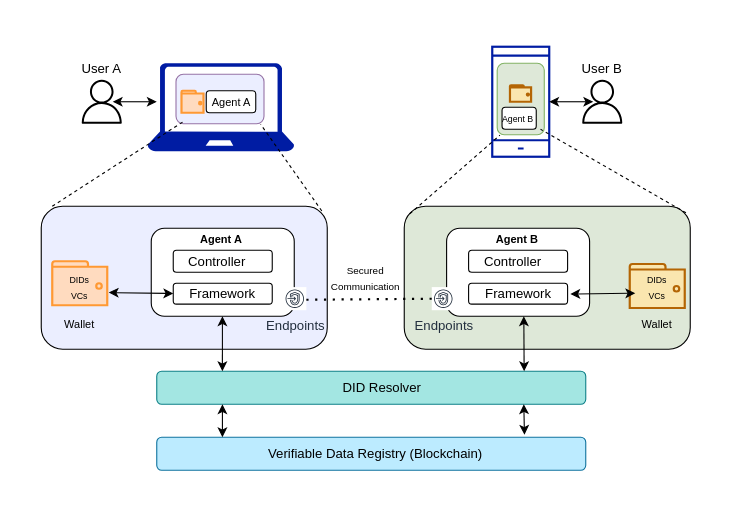
Above: page "Page-2" (2 of 6) of files/Untitled Diagram.drawio in Arif-Shahriar028/draw.io (draw.io), before the change. Source tidied: cells renumbered, new cells numbered last; positions are measured from the earlier drawing's top-left corner, leaving out a move shared by most shapes. Both pictures are drawn from the tidied source at 110%, with x=0, y=0 at pixel (19, 19).
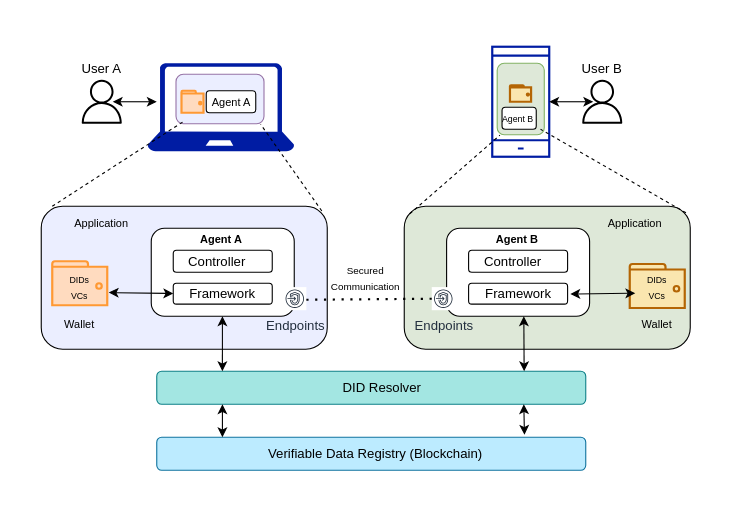
The same diagram, later.

Change to the diagram source:
```diff
@@
-    <mxCell id="2" style="rounded=0;whiteSpace=wrap;html=1;strokeColor=#FFFFFF;" parent="1" vertex="1">
-      <mxGeometry width="630" height="430" as="geometry" />
-    </mxCell>
@@
+    <mxCell id="57" value="&lt;font style=&quot;font-size: 10px;&quot;&gt;Application&lt;/font&gt;" style="text;html=1;strokeColor=none;fillColor=none;align=center;verticalAlign=middle;whiteSpace=wrap;rounded=0;" parent="1" vertex="1">
+      <mxGeometry x="45" y="170" width="60" height="30" as="geometry" />
+    </mxCell>
+    <mxCell id="58" value="&lt;font style=&quot;font-size: 10px;&quot;&gt;Application&lt;/font&gt;" style="text;html=1;strokeColor=none;fillColor=none;align=center;verticalAlign=middle;whiteSpace=wrap;rounded=0;" parent="1" vertex="1">
+      <mxGeometry x="530" y="170" width="60" height="30" as="geometry" />
+    </mxCell>
```
